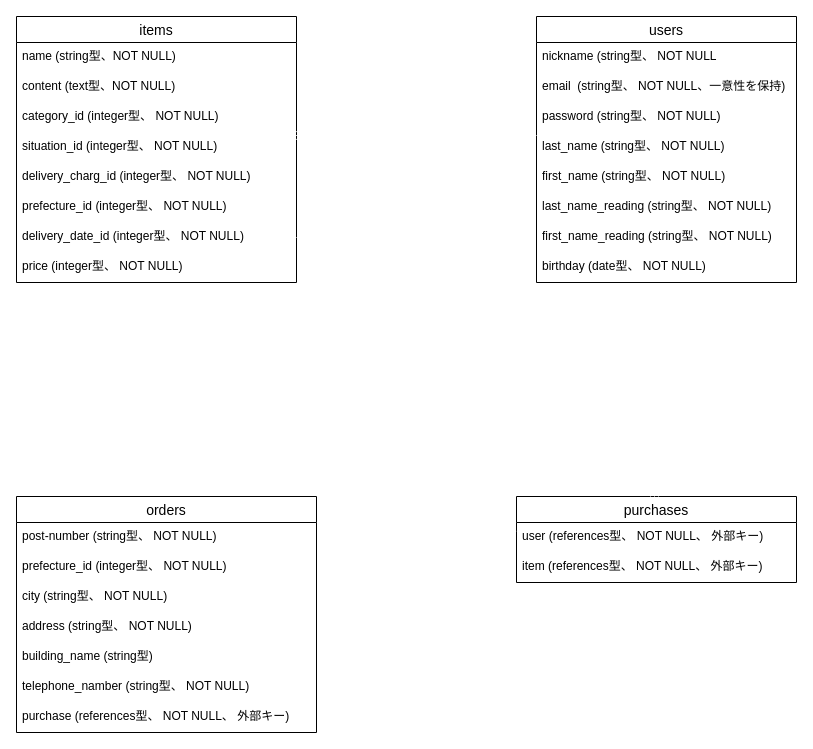
The draw.io diagram furima.dio in yuto1108/furima-37946, before the edit. Source tidied: cells renumbered, new cells numbered last; positions are measured from the earlier drawing's top-left corner, leaving out a move shared by most shapes. Both pictures are drawn from the tidied source at 100%, with x=0, y=0 at pixel (16, 16).
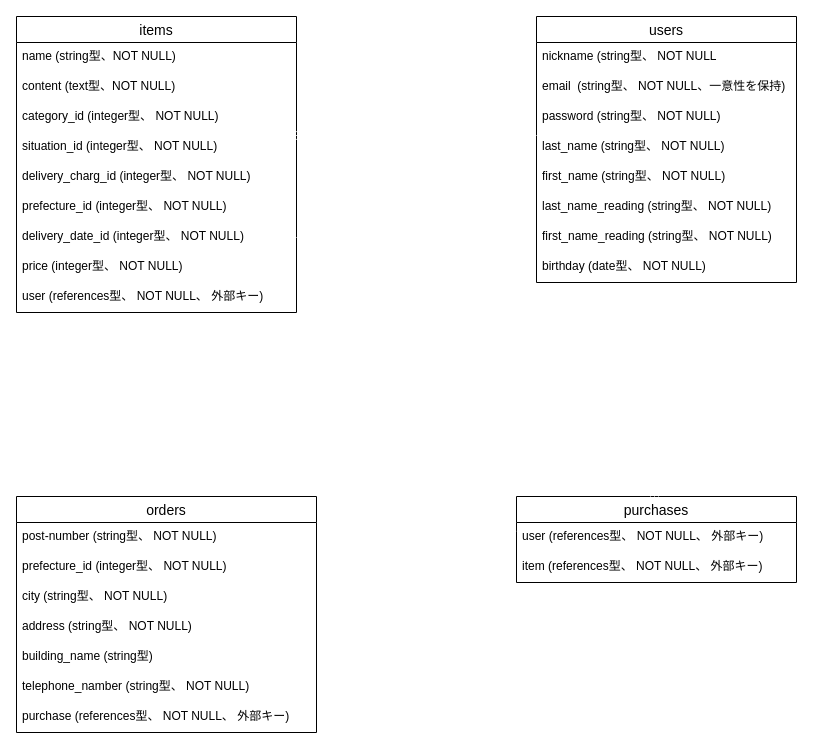
Above is the later version.

Commit message (it also covers changes not shown here):
データーベース設計　直し４回目修正版

Change to the diagram source:
```diff
@@
     <mxCell id="2" value="items" style="swimlane;fontStyle=0;horizontal=1;startSize=26;align=center;fontSize=14;" parent="1" vertex="1">
-      <mxGeometry width="280" height="266" as="geometry" />
+      <mxGeometry width="280" height="296" as="geometry" />
     </mxCell>
@@
+    <mxCell id="35" value="user (references型、 NOT NULL、 外部キー)" style="text;strokeColor=none;fillColor=none;spacingLeft=4;spacingRight=4;overflow=hidden;fontSize=12;" parent="2" vertex="1">
+      <mxGeometry y="266" width="280" height="30" as="geometry" />
+    </mxCell>
```
